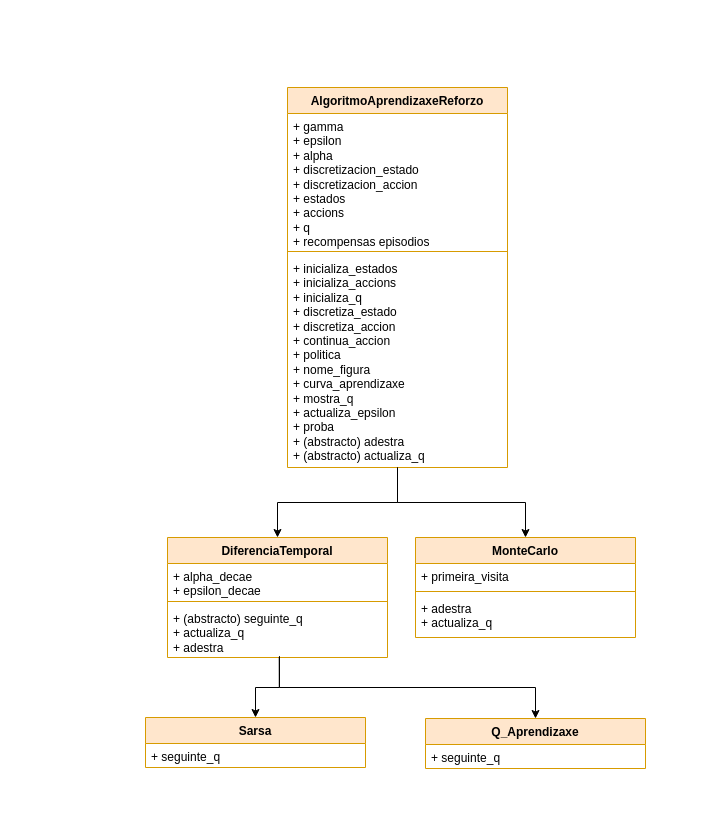
Before: maai/p3/informe/herencia.drawio in PepeRoConde/3year2sem, a draw.io diagram. Source tidied: cells renumbered, new cells numbered last; positions are measured from the earlier drawing's top-left corner, leaving out a move shared by most shapes. Both pictures are drawn from the tidied source at 100%, with x=0, y=0 at pixel (145, 87).
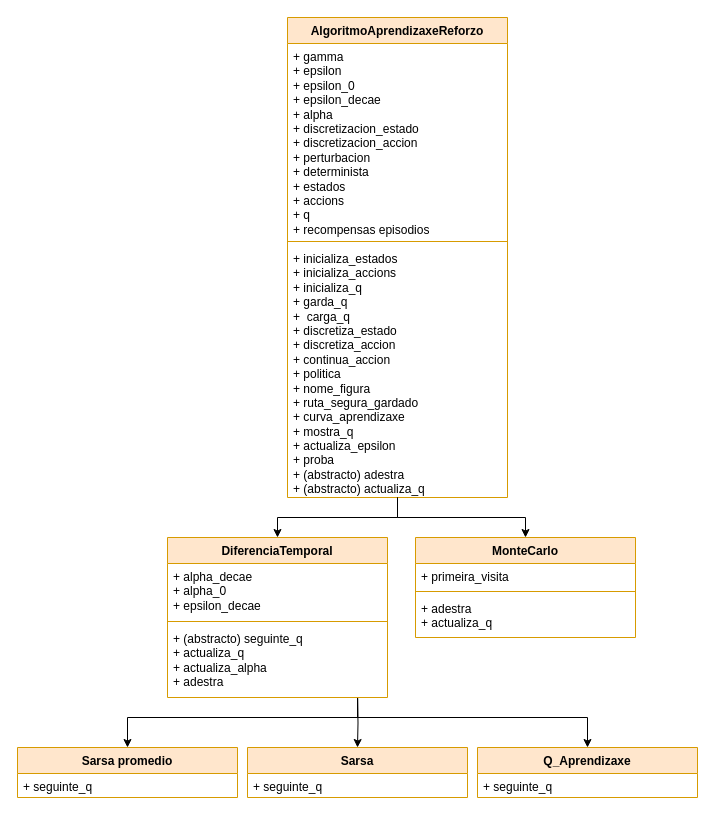
Above is the later version.

The change refers to these unchanged cells:
```xml
<mxCell id="6" value="MonteCarlo" style="swimlane;fontStyle=1;align=center;verticalAlign=top;horizontal=1;startSize=26;whiteSpace=wrap;html=1;fillColor=#ffe6cc;strokeColor=#d79b00;" parent="1" vertex="1">
  <mxGeometry x="270" y="450" width="220" height="100" as="geometry" />
</mxCell>
```

Change to the diagram source:
```diff
@@
     <mxCell id="2" value="AlgoritmoAprendizaxeReforzo" style="swimlane;fontStyle=1;align=center;verticalAlign=top;horizontal=1;startSize=26;whiteSpace=wrap;html=1;fillColor=#ffe6cc;strokeColor=#d79b00;" parent="1" vertex="1">
-      <mxGeometry x="142" width="220" height="380" as="geometry" />
+      <mxGeometry x="142" y="-70" width="220" height="480" as="geometry" />
     </mxCell>
-    <mxCell id="3" value="+ gamma&lt;div&gt;+ epsilon&lt;/div&gt;&lt;div&gt;+ alpha&lt;/div&gt;&lt;div&gt;+ discretizacion_estado&lt;/div&gt;&lt;div&gt;+ discretizacion_accion&lt;/div&gt;&lt;div&gt;+ estados&lt;/div&gt;&lt;div&gt;+ accions&lt;/div&gt;&lt;div&gt;+ q&lt;/div&gt;&lt;div&gt;+ recompensas episodios&lt;/div&gt;&lt;div&gt;&lt;br&gt;&lt;/div&gt;" style="text;strokeColor=none;fillColor=none;align=left;verticalAlign=top;spacingLeft=4;spacingRight=4;overflow=hidden;whiteSpace=wrap;html=1;" parent="2" vertex="1">
-      <mxGeometry y="26" width="220" height="134" as="geometry" />
+    <mxCell id="3" value="+ gamma&lt;div&gt;+ epsilon&lt;/div&gt;&lt;div&gt;+ epsilon_0&lt;/div&gt;&lt;div&gt;+ epsilon_decae&lt;/div&gt;&lt;div&gt;+ alpha&lt;/div&gt;&lt;div&gt;+ discretizacion_estado&lt;/div&gt;&lt;div&gt;+ discretizacion_accion&lt;/div&gt;&lt;div&gt;+ perturbacion&lt;/div&gt;&lt;div&gt;+ determinista&lt;/div&gt;&lt;div&gt;+ estados&lt;/div&gt;&lt;div&gt;+ accions&lt;/div&gt;&lt;div&gt;+ q&lt;/div&gt;&lt;div&gt;+ recompensas episodios&lt;/div&gt;&lt;div&gt;&lt;br&gt;&lt;/div&gt;" style="text;strokeColor=none;fillColor=none;align=left;verticalAlign=top;spacingLeft=4;spacingRight=4;overflow=hidden;whiteSpace=wrap;html=1;" parent="2" vertex="1">
+      <mxGeometry y="26" width="220" height="194" as="geometry" />
     </mxCell>
     <mxCell id="4" style="line;strokeWidth=1;fillColor=none;align=left;verticalAlign=middle;spacingTop=-1;spacingLeft=3;spacingRight=3;labelPosition=right;strokeColor=inherit;" parent="2" vertex="1">
-      <mxGeometry y="160" width="220" height="8" as="geometry" />
+      <mxGeometry y="220" width="220" height="8" as="geometry" />
     </mxCell>
-    <mxCell id="5" value="+ inicializa_estados&lt;div&gt;+ inicializa_accions&lt;/div&gt;&lt;div&gt;+ inicializa_q&lt;/div&gt;&lt;div&gt;+ discretiza_estado&lt;/div&gt;&lt;div&gt;+ discretiza_accion&lt;/div&gt;&lt;div&gt;+ continua_accion&lt;/div&gt;&lt;div&gt;+ politica&lt;/div&gt;&lt;div&gt;+ nome_figura&lt;/div&gt;&lt;div&gt;+ curva_aprendizaxe&lt;/div&gt;&lt;div&gt;+ mostra_q&lt;/div&gt;&lt;div&gt;+ actualiza_epsilon&lt;/div&gt;&lt;div&gt;+ proba&lt;/div&gt;&lt;div&gt;&lt;div&gt;+ (abstracto) adestra&lt;/div&gt;&lt;div&gt;+ (abstracto) actualiza_q&lt;/div&gt;&lt;/div&gt;" style="text;strokeColor=none;fillColor=none;align=left;verticalAlign=top;spacingLeft=4;spacingRight=4;overflow=hidden;whiteSpace=wrap;html=1;" parent="2" vertex="1">
-      <mxGeometry y="168" width="220" height="212" as="geometry" />
+    <mxCell id="5" value="+ inicializa_estados&lt;div&gt;+ inicializa_accions&lt;/div&gt;&lt;div&gt;+ inicializa_q&lt;/div&gt;&lt;div&gt;+ garda_q&lt;/div&gt;&lt;div&gt;+&amp;nbsp; carga_q&lt;/div&gt;&lt;div&gt;+ discretiza_estado&lt;/div&gt;&lt;div&gt;+ discretiza_accion&lt;/div&gt;&lt;div&gt;+ continua_accion&lt;/div&gt;&lt;div&gt;+ politica&lt;/div&gt;&lt;div&gt;+ nome_figura&lt;/div&gt;&lt;div&gt;+ ruta_segura_gardado&lt;/div&gt;&lt;div&gt;+ curva_aprendizaxe&lt;/div&gt;&lt;div&gt;+ mostra_q&lt;/div&gt;&lt;div&gt;+ actualiza_epsilon&lt;/div&gt;&lt;div&gt;+ proba&lt;/div&gt;&lt;div&gt;&lt;div&gt;+ (abstracto) adestra&lt;/div&gt;&lt;div&gt;+ (abstracto) actualiza_q&lt;/div&gt;&lt;/div&gt;" style="text;strokeColor=none;fillColor=none;align=left;verticalAlign=top;spacingLeft=4;spacingRight=4;overflow=hidden;whiteSpace=wrap;html=1;" parent="2" vertex="1">
+      <mxGeometry y="228" width="220" height="252" as="geometry" />
     </mxCell>
@@
+    <mxCell id="22" style="edgeStyle=orthogonalEdgeStyle;rounded=0;jettySize=auto;html=1;exitX=0.5;exitY=1;exitDx=0;exitDy=0;entryX=0.5;entryY=0;entryDx=0;entryDy=0;" parent="1" edge="1" target="14">
+      <mxGeometry relative="1" as="geometry">
+        <mxPoint x="212" y="610" as="sourcePoint" />
+      </mxGeometry>
+    </mxCell>
+    <mxCell id="23" style="edgeStyle=orthogonalEdgeStyle;rounded=0;jettySize=auto;html=1;exitX=0.5;exitY=1;exitDx=0;exitDy=0;entryX=0.5;entryY=0;entryDx=0;entryDy=0;" parent="1" edge="1" target="24">
+      <mxGeometry relative="1" as="geometry">
+        <mxPoint x="212" y="610" as="sourcePoint" />
+        <Array as="points">
+          <mxPoint x="212" y="630" />
+          <mxPoint x="-18" y="630" />
+        </Array>
+      </mxGeometry>
+    </mxCell>
     <mxCell id="10" value="DiferenciaTemporal" style="swimlane;fontStyle=1;align=center;verticalAlign=top;horizontal=1;startSize=26;whiteSpace=wrap;html=1;fillColor=#ffe6cc;strokeColor=#d79b00;" parent="1" vertex="1">
-      <mxGeometry x="22" y="450" width="220" height="120" as="geometry" />
+      <mxGeometry x="22" y="450" width="220" height="160" as="geometry" />
     </mxCell>
-    <mxCell id="11" value="&lt;div&gt;+ alpha_decae&lt;/div&gt;&lt;div&gt;+ epsilon_decae&lt;/div&gt;" style="text;strokeColor=none;fillColor=none;align=left;verticalAlign=top;spacingLeft=4;spacingRight=4;overflow=hidden;whiteSpace=wrap;html=1;" parent="10" vertex="1">
-      <mxGeometry y="26" width="220" height="34" as="geometry" />
+    <mxCell id="11" value="&lt;div&gt;+ alpha_decae&lt;/div&gt;&lt;div&gt;+ alpha_0&lt;/div&gt;&lt;div&gt;+ epsilon_decae&lt;/div&gt;" style="text;strokeColor=none;fillColor=none;align=left;verticalAlign=top;spacingLeft=4;spacingRight=4;overflow=hidden;whiteSpace=wrap;html=1;" parent="10" vertex="1">
+      <mxGeometry y="26" width="220" height="54" as="geometry" />
     </mxCell>
     <mxCell id="12" style="line;strokeWidth=1;fillColor=none;align=left;verticalAlign=middle;spacingTop=-1;spacingLeft=3;spacingRight=3;labelPosition=right;strokeColor=inherit;" parent="10" vertex="1">
-      <mxGeometry y="60" width="220" height="8" as="geometry" />
+      <mxGeometry y="80" width="220" height="8" as="geometry" />
     </mxCell>
-    <mxCell id="13" value="+ (abstracto) seguinte_q&lt;div&gt;+ actualiza_q&lt;/div&gt;&lt;div&gt;+ adestra&lt;/div&gt;&lt;div&gt;&lt;br&gt;&lt;/div&gt;" style="text;strokeColor=none;fillColor=none;align=left;verticalAlign=top;spacingLeft=4;spacingRight=4;overflow=hidden;points=[[0,0.5],[1,0.5]];portConstraint=eastwest;whiteSpace=wrap;html=1;" parent="10" vertex="1">
-      <mxGeometry y="68" width="220" height="52" as="geometry" />
+    <mxCell id="13" value="+ (abstracto) seguinte_q&lt;div&gt;+ actualiza_q&lt;/div&gt;&lt;div&gt;+ actualiza_alpha&lt;/div&gt;&lt;div&gt;+ adestra&lt;/div&gt;&lt;div&gt;&lt;br&gt;&lt;/div&gt;" style="text;strokeColor=none;fillColor=none;align=left;verticalAlign=top;spacingLeft=4;spacingRight=4;overflow=hidden;points=[[0,0.5],[1,0.5]];portConstraint=eastwest;whiteSpace=wrap;html=1;" parent="10" vertex="1">
+      <mxGeometry y="88" width="220" height="72" as="geometry" />
     </mxCell>
     <mxCell id="14" value="Sarsa" style="swimlane;fontStyle=1;align=center;verticalAlign=top;horizontal=1;startSize=26;whiteSpace=wrap;html=1;fillColor=#ffe6cc;strokeColor=#d79b00;" parent="1" vertex="1">
-      <mxGeometry y="630" width="220" height="50" as="geometry" />
+      <mxGeometry x="102" y="660" width="220" height="50" as="geometry" />
     </mxCell>
@@
     <mxCell id="16" value="Q_Aprendizaxe&lt;div&gt;&lt;br&gt;&lt;/div&gt;" style="swimlane;fontStyle=1;align=center;verticalAlign=top;horizontal=1;startSize=26;whiteSpace=wrap;html=1;fillColor=#ffe6cc;strokeColor=#d79b00;" parent="1" vertex="1">
-      <mxGeometry x="280" y="631" width="220" height="50" as="geometry" />
+      <mxGeometry x="332" y="660" width="220" height="50" as="geometry" />
     </mxCell>
@@
     <mxCell id="18" style="endArrow=classic;html=1;rounded=0;entryX=0.5;entryY=0;entryDx=0;entryDy=0;exitX=0.5;exitY=1;exitDx=0;exitDy=0;edgeStyle=orthogonalEdgeStyle;" parent="1" edge="1" source="2" target="10">
-      <mxGeometry relative="1" as="geometry" />
+      <mxGeometry relative="1" as="geometry">
+        <Array as="points">
+          <mxPoint x="252" y="430" />
+          <mxPoint x="132" y="430" />
+        </Array>
+      </mxGeometry>
     </mxCell>
     <mxCell id="19" style="endArrow=classic;html=1;rounded=0;entryX=0.5;entryY=0;entryDx=0;entryDy=0;exitX=0.5;exitY=1;exitDx=0;exitDy=0;edgeStyle=orthogonalEdgeStyle;" parent="1" edge="1" source="2" target="6">
-      <mxGeometry relative="1" as="geometry" />
+      <mxGeometry relative="1" as="geometry">
+        <Array as="points">
+          <mxPoint x="252" y="430" />
+          <mxPoint x="380" y="430" />
+        </Array>
+      </mxGeometry>
     </mxCell>
-    <mxCell id="20" style="endArrow=classic;html=1;rounded=0;entryX=0.5;entryY=0;entryDx=0;entryDy=0;exitX=0.508;exitY=0.994;exitDx=0;exitDy=0;exitPerimeter=0;edgeStyle=orthogonalEdgeStyle;" parent="1" edge="1" source="13" target="14">
-      <mxGeometry relative="1" as="geometry" />
-    </mxCell>
-    <mxCell id="21" style="endArrow=classic;html=1;rounded=0;exitX=0.509;exitY=0.974;exitDx=0;exitDy=0;exitPerimeter=0;entryX=0.5;entryY=0;entryDx=0;entryDy=0;edgeStyle=orthogonalEdgeStyle;" parent="1" edge="1" source="13" target="16">
-      <mxGeometry relative="1" as="geometry">
-        <Array as="points">
-          <mxPoint x="134" y="600" />
-          <mxPoint x="390" y="600" />
-        </Array>
-      </mxGeometry>
-    </mxCell>
+    <mxCell id="24" value="&lt;div&gt;Sarsa promedio&lt;/div&gt;" style="swimlane;fontStyle=1;align=center;verticalAlign=top;horizontal=1;startSize=26;whiteSpace=wrap;html=1;fillColor=#ffe6cc;strokeColor=#d79b00;" parent="1" vertex="1">
+      <mxGeometry x="-128" y="660" width="220" height="50" as="geometry" />
+    </mxCell>
+    <mxCell id="25" value="+ seguinte_q" style="text;strokeColor=none;fillColor=none;align=left;verticalAlign=top;spacingLeft=4;spacingRight=4;overflow=hidden;whiteSpace=wrap;html=1;" parent="24" vertex="1">
+      <mxGeometry y="26" width="220" height="24" as="geometry" />
+    </mxCell>
+    <mxCell id="26" style="endArrow=classic;html=1;rounded=0;entryX=0.5;entryY=0;entryDx=0;entryDy=0;exitX=0.501;exitY=1.01;exitDx=0;exitDy=0;exitPerimeter=0;edgeStyle=orthogonalEdgeStyle;" parent="1" edge="1" target="16">
+      <mxGeometry relative="1" as="geometry">
+        <mxPoint x="212.2" y="610.7" as="sourcePoint" />
+        <Array as="points">
+          <mxPoint x="212" y="630" />
+          <mxPoint x="442" y="630" />
+        </Array>
+      </mxGeometry>
+    </mxCell>
```
